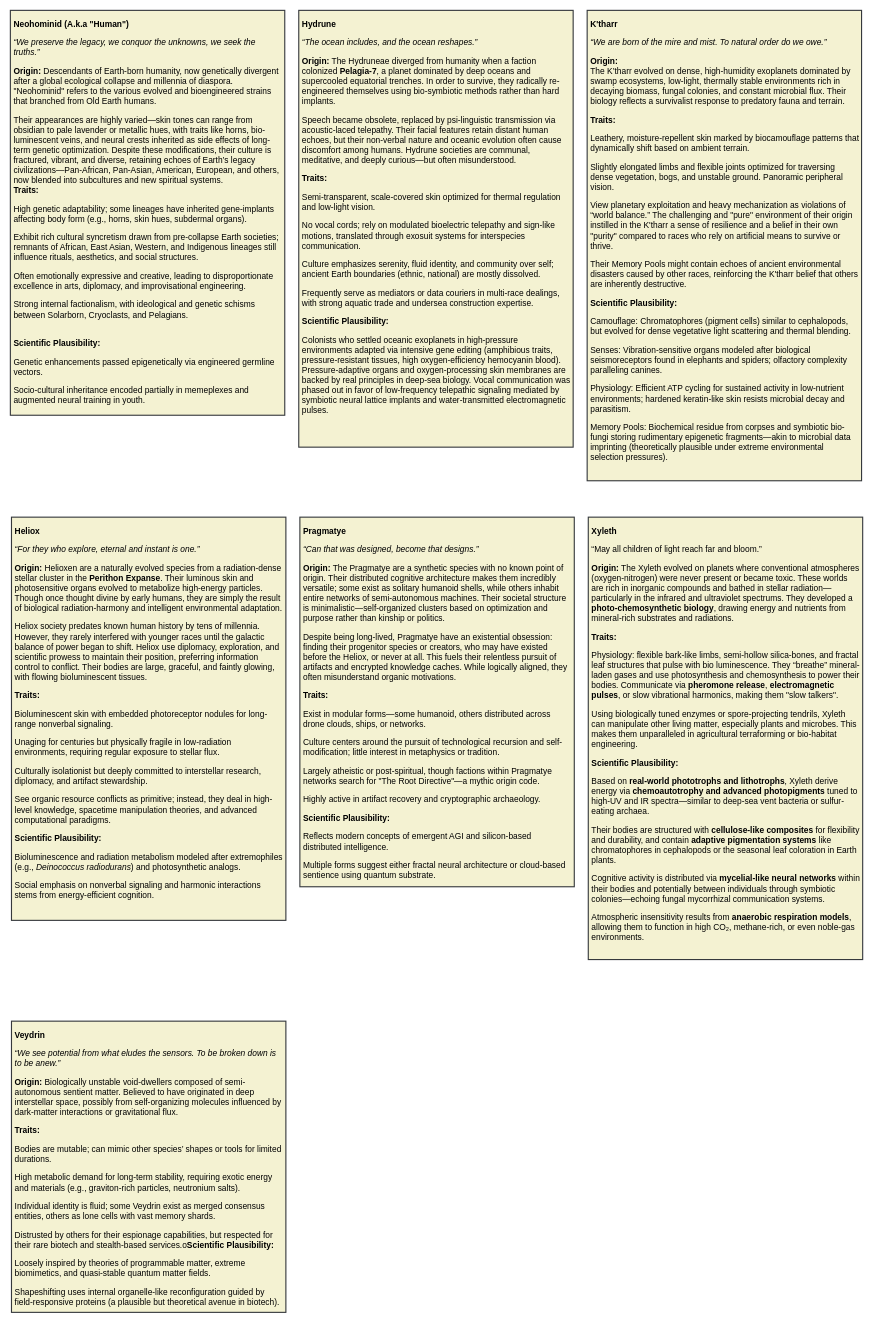
Above: page "Races" (2 of 4) of designs/narrative texts.drawio in eerieA/game-nexarion (draw.io), before the change. Source tidied: cells renumbered, new cells numbered last; positions are measured from the earlier drawing's top-left corner, leaving out a move shared by most shapes. Both pictures are drawn from the tidied source at 56%, with x=0, y=0 at pixel (10, 10).
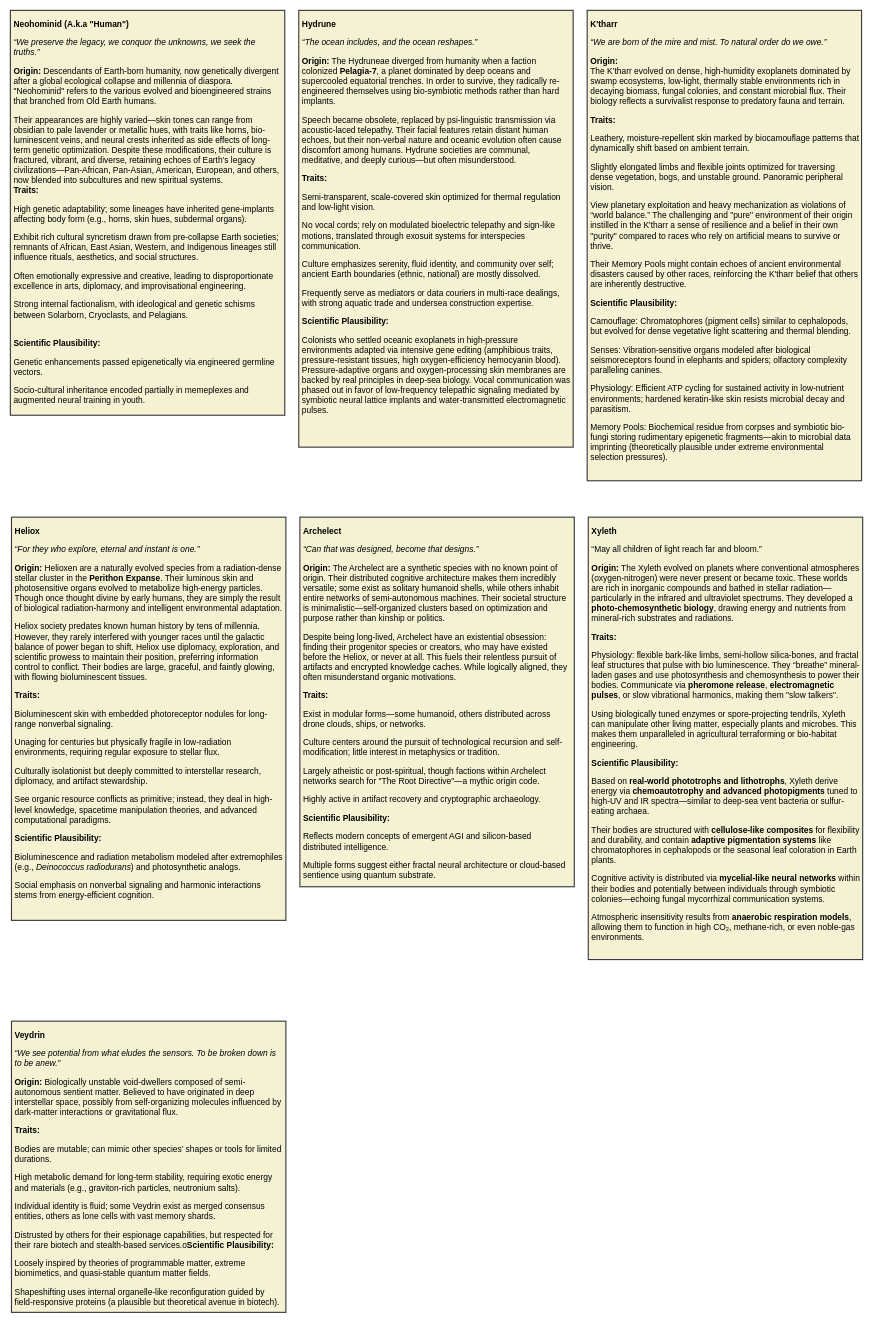
The same diagram, later.

Diff of the diagram source:
```diff
@@
 <mxGraphModel>
   <root>
     <mxCell id="0" />
     <mxCell id="1" parent="0" />
     <mxCell id="2" value="&lt;p&gt;&lt;strong&gt;Neohominid (A.k.a &quot;Human&quot;)&lt;/strong&gt;&lt;/p&gt;&lt;p&gt;&lt;em&gt;“We preserve the legacy, we conquor the unknowns, we seek the truths.”&lt;/em&gt;&lt;/p&gt;&lt;p&gt;&lt;strong&gt;Origin:&lt;/strong&gt; Descendants of Earth-born humanity, now genetically divergent after a global ecological collapse and millennia of diaspora. &quot;Neohominid&quot; refers to the various evolved and bioengineered strains that branched from Old Earth humans.&lt;/p&gt;&lt;p&gt;Their appearances are highly varied—skin tones can range from obsidian to pale lavender or metallic hues, with traits like horns, bio-luminescent veins, and neural crests inherited as side effects of long-term genetic optimization. Despite these modifications, their culture is fractured, vibrant, and diverse, retaining echoes of Earth’s legacy civilizations—Pan-African, Pan-Asian, American, European, and others, now blended into subcultures and new spiritual systems.&lt;br class=&quot;soft-break&quot;&gt;&lt;strong&gt;Traits:&lt;/strong&gt;&lt;/p&gt;&lt;p&gt;High genetic adaptability; some lineages have inherited gene-implants affecting body form (e.g., horns, skin hues, subdermal organs).&lt;/p&gt;&lt;p&gt;Exhibit rich cultural syncretism drawn from pre-collapse Earth societies; remnants of African, East Asian, Western, and Indigenous lineages still influence rituals, aesthetics, and social structures.&lt;/p&gt;&lt;p&gt;Often emotionally expressive and creative, leading to disproportionate excellence in arts, diplomacy, and improvisational engineering.&lt;/p&gt;&lt;p&gt;Strong internal factionalism, with ideological and genetic schisms between Solarborn, Cryoclasts, and Pelagians.&lt;/p&gt;&lt;p&gt;&lt;br class=&quot;soft-break&quot;&gt;&lt;strong&gt;Scientific Plausibility:&lt;/strong&gt;&lt;/p&gt;&lt;p&gt;Genetic enhancements passed epigenetically via engineered germline vectors.&lt;/p&gt;&lt;p&gt;Socio-cultural inheritance encoded partially in memeplexes and augmented neural training in youth.&lt;/p&gt;" style="rounded=0;whiteSpace=wrap;html=1;fillColor=#F4F2D2;strokeColor=#36393d;align=left;fontSize=15;verticalAlign=top;labelBackgroundColor=none;spacing=6;spacingTop=-10;strokeWidth=2;" parent="1" vertex="1">
       <mxGeometry width="490" height="723" as="geometry" />
     </mxCell>
     <mxCell id="3" value="&lt;p&gt;&lt;strong&gt;Hydrune&lt;/strong&gt;&lt;/p&gt;&lt;p&gt;&lt;em&gt;“The ocean includes, and the ocean reshapes.”&lt;/em&gt;&lt;/p&gt;&lt;p&gt;&lt;strong&gt;Origin:&lt;/strong&gt; The Hydruneae diverged from humanity when a faction colonized &lt;strong&gt;Pelagia-7&lt;/strong&gt;, a planet dominated by deep oceans and supercooled equatorial trenches. In order to survive, they radically re-engineered themselves using bio-symbiotic methods rather than hard implants.&lt;/p&gt;&lt;p&gt;Speech became obsolete, replaced by psi-linguistic transmission via acoustic-laced telepathy. Their facial features retain distant human echoes, but their non-verbal nature and oceanic evolution often cause discomfort among humans. Hydrune societies are communal, meditative, and deeply curious—but often misunderstood.&lt;/p&gt;&lt;p&gt;&lt;strong&gt;Traits:&lt;/strong&gt;&lt;/p&gt;&lt;p&gt;Semi-transparent, scale-covered skin optimized for thermal regulation and low-light vision.&lt;/p&gt;&lt;p&gt;No vocal cords; rely on modulated bioelectric telepathy and sign-like motions, translated through exosuit systems for interspecies communication.&lt;/p&gt;&lt;p&gt;Culture emphasizes serenity, fluid identity, and community over self; ancient Earth boundaries (ethnic, national) are mostly dissolved.&lt;/p&gt;&lt;p&gt;Frequently serve as mediators or data couriers in multi-race dealings, with strong aquatic trade and undersea construction expertise.&lt;/p&gt;&lt;p&gt;&lt;strong&gt;Scientific Plausibility:&lt;/strong&gt;&lt;/p&gt;&lt;p&gt;Colonists who settled oceanic exoplanets in high-pressure environments adapted via intensive gene editing (amphibious traits, pressure-resistant tissues, high oxygen-efficiency hemocyanin blood). Pressure-adaptive organs and oxygen-processing skin membranes are backed by real principles in deep-sea biology. Vocal communication was phased out in favor of low-frequency telepathic signaling mediated by symbiotic neural lattice implants and water-transmitted electromagnetic pulses.&lt;/p&gt;" style="rounded=0;whiteSpace=wrap;html=1;fillColor=#F4F2D2;strokeColor=#36393d;align=left;fontSize=15;verticalAlign=top;labelBackgroundColor=none;spacing=6;spacingTop=-10;strokeWidth=2;fontFamily=Helvetica;fontColor=default;" parent="1" vertex="1">
       <mxGeometry x="515" width="490" height="780" as="geometry" />
     </mxCell>
     <mxCell id="4" value="&lt;p&gt;&lt;strong&gt;K'tharr&lt;/strong&gt;&lt;/p&gt;&lt;p&gt;&lt;em&gt;“We are born of the mire and mist. To natural order do we owe.”&lt;/em&gt;&lt;/p&gt;&lt;p&gt;&lt;strong&gt;Origin:&lt;/strong&gt;&lt;br class=&quot;soft-break&quot;&gt;The K’tharr evolved on dense, high-humidity exoplanets dominated by swamp ecosystems, low-light, thermally stable environments rich in decaying biomass, fungal colonies, and constant microbial flux. Their biology reflects a survivalist response to predatory fauna and terrain.&lt;/p&gt;&lt;p&gt;&lt;strong&gt;Traits:&lt;/strong&gt;&lt;/p&gt;&lt;p&gt;Leathery, moisture-repellent skin marked by biocamouflage patterns that dynamically shift based on ambient terrain.&lt;/p&gt;&lt;p&gt;Slightly elongated limbs and flexible joints optimized for traversing dense vegetation, bogs, and unstable ground. Panoramic peripheral vision.&lt;/p&gt;&lt;p&gt;View planetary exploitation and heavy mechanization as violations of “world balance.” The challenging and &quot;pure&quot; environment of their origin instilled in the K'tharr a sense of resilience and a belief in their own &quot;purity&quot; compared to races who rely on artificial means to survive or thrive.&lt;/p&gt;&lt;p&gt;Their Memory Pools might contain echoes of ancient environmental disasters caused by other races, reinforcing the K'tharr belief that others are inherently destructive.&lt;/p&gt;&lt;p&gt;&lt;strong&gt;Scientific Plausibility:&lt;/strong&gt;&lt;/p&gt;&lt;p&gt;Camouflage: Chromatophores (pigment cells) similar to cephalopods, but evolved for dense vegetative light scattering and thermal blending.&lt;/p&gt;&lt;p&gt;Senses: Vibration-sensitive organs modeled after biological seismoreceptors found in elephants and spiders; olfactory complexity paralleling canines.&lt;/p&gt;&lt;p&gt;Physiology: Efficient ATP cycling for sustained activity in low-nutrient environments; hardened keratin-like skin resists microbial decay and parasitism.&lt;/p&gt;&lt;p&gt;&lt;/p&gt;&lt;p&gt;&lt;/p&gt;&lt;p&gt;&lt;/p&gt;&lt;p&gt;&lt;/p&gt;&lt;p&gt;Memory Pools: Biochemical residue from corpses and symbiotic bio-fungi storing rudimentary epigenetic fragments—akin to microbial data imprinting (theoretically plausible under extreme environmental selection pressures).&lt;/p&gt;" style="rounded=0;whiteSpace=wrap;html=1;fillColor=#F4F2D2;strokeColor=#36393d;align=left;fontSize=15;verticalAlign=top;labelBackgroundColor=none;spacing=6;spacingTop=-10;strokeWidth=2;fontFamily=Helvetica;fontColor=default;" parent="1" vertex="1">
       <mxGeometry x="1030" width="490" height="840" as="geometry" />
     </mxCell>
     <mxCell id="5" value="&lt;p&gt;&lt;strong&gt;Heliox&lt;/strong&gt;&lt;/p&gt;&lt;p&gt;&lt;em&gt;“&lt;/em&gt;&lt;em style=&quot;background-color: transparent; color: light-dark(rgb(0, 0, 0), rgb(255, 255, 255));&quot;&gt;For they who explore,&amp;nbsp;&lt;/em&gt;&lt;em style=&quot;background-color: transparent; color: light-dark(rgb(0, 0, 0), rgb(255, 255, 255));&quot;&gt;eternal and instant is one.”&lt;/em&gt;&lt;/p&gt;&lt;p&gt;&lt;strong&gt;Origin:&lt;/strong&gt; Helioxen are a naturally evolved species from a radiation-dense stellar cluster in the &lt;strong&gt;Perithon Expanse&lt;/strong&gt;. Their luminous skin and photosensitive organs evolved to metabolize high-energy particles. Though once thought divine by early humans, they are simply the result of biological radiation-harmony and intelligent environmental adaptation.&lt;/p&gt;&lt;p&gt;Heliox society predates known human history by tens of millennia. However, they rarely interfered with younger races until the galactic balance of power began to shift. Heliox use diplomacy, exploration, and scientific prowess to maintain their position, preferring information control to conflict. Their bodies are large, graceful, and faintly glowing, with flowing bioluminescent tissues.&lt;/p&gt;&lt;p&gt;&lt;strong&gt;Traits:&lt;/strong&gt;&lt;/p&gt;&lt;p&gt;Bioluminescent skin with embedded photoreceptor nodules for long-range nonverbal signaling.&lt;/p&gt;&lt;p&gt;Unaging for centuries but physically fragile in low-radiation environments, requiring regular exposure to stellar flux.&lt;/p&gt;&lt;p&gt;Culturally isolationist but deeply committed to interstellar research, diplomacy, and artifact stewardship.&lt;/p&gt;&lt;p&gt;See organic resource conflicts as primitive; instead, they deal in high-level knowledge, spacetime manipulation theories, and advanced computational paradigms.&lt;/p&gt;&lt;p&gt;&lt;strong&gt;Scientific Plausibility:&lt;/strong&gt;&lt;/p&gt;&lt;p&gt;Bioluminescence and radiation metabolism modeled after extremophiles (e.g., &lt;em&gt;Deinococcus radiodurans&lt;/em&gt;) and photosynthetic analogs.&lt;/p&gt;&lt;p&gt;Social emphasis on nonverbal signaling and harmonic interactions stems from energy-efficient cognition.&lt;/p&gt;" style="rounded=0;whiteSpace=wrap;html=1;fillColor=#F4F2D2;strokeColor=#36393d;align=left;fontSize=15;verticalAlign=top;labelBackgroundColor=none;spacing=6;spacingTop=-10;strokeWidth=2;fontFamily=Helvetica;fontColor=default;" parent="1" vertex="1">
       <mxGeometry x="2" y="905" width="490" height="720" as="geometry" />
     </mxCell>
-    <mxCell id="6" value="&lt;p&gt;&lt;strong&gt;Pragmatye&lt;/strong&gt;&lt;/p&gt;&lt;p&gt;&lt;em&gt;“Can that was designed, become that designs.”&lt;/em&gt;&lt;/p&gt;&lt;p&gt;&lt;strong&gt;Origin:&lt;/strong&gt; The Pragmatye are a synthetic species with no known point of origin. Their distributed cognitive architecture makes them incredibly versatile; some exist as solitary humanoid shells, while others inhabit entire networks of semi-autonomous machines. Their societal structure is minimalistic—self-organized clusters based on optimization and purpose rather than kinship or politics.&lt;/p&gt;&lt;p&gt;Despite being long-lived, Pragmatye have an existential obsession: finding their progenitor species or creators, who may have existed before the Heliox, or never at all. This fuels their relentless pursuit of artifacts and encrypted knowledge caches. While logically aligned, they often misunderstand organic motivations.&lt;/p&gt;&lt;p&gt;&lt;strong&gt;Traits:&lt;/strong&gt;&lt;/p&gt;&lt;p&gt;Exist in modular forms—some humanoid, others distributed across drone clouds, ships, or networks.&lt;/p&gt;&lt;p&gt;Culture centers around the pursuit of technological recursion and self-modification; little interest in metaphysics or tradition.&lt;/p&gt;&lt;p&gt;Largely atheistic or post-spiritual, though factions within Pragmatye networks search for &quot;The Root Directive&quot;—a mythic origin code.&lt;/p&gt;&lt;p&gt;Highly active in artifact recovery and cryptographic archaeology.&lt;/p&gt;&lt;p&gt;&lt;strong&gt;Scientific Plausibility:&lt;/strong&gt;&lt;/p&gt;&lt;p&gt;Reflects modern concepts of emergent AGI and silicon-based distributed intelligence.&lt;/p&gt;&lt;p&gt;Multiple forms suggest either fractal neural architecture or cloud-based sentience using quantum substrate.&lt;/p&gt;" style="rounded=0;whiteSpace=wrap;html=1;fillColor=#F4F2D2;strokeColor=#36393d;align=left;fontSize=15;verticalAlign=top;labelBackgroundColor=none;spacing=6;spacingTop=-10;strokeWidth=2;fontFamily=Helvetica;fontColor=default;" parent="1" vertex="1">
+    <mxCell id="6" value="&lt;p&gt;&lt;strong&gt;Archelect&lt;/strong&gt;&lt;/p&gt;&lt;p&gt;&lt;em&gt;“Can that was designed, become that designs.”&lt;/em&gt;&lt;/p&gt;&lt;p&gt;&lt;strong&gt;Origin:&lt;/strong&gt; The Archelect are a synthetic species with no known point of origin. Their distributed cognitive architecture makes them incredibly versatile; some exist as solitary humanoid shells, while others inhabit entire networks of semi-autonomous machines. Their societal structure is minimalistic—self-organized clusters based on optimization and purpose rather than kinship or politics.&lt;/p&gt;&lt;p&gt;Despite being long-lived, Archelect have an existential obsession: finding their progenitor species or creators, who may have existed before the Heliox, or never at all. This fuels their relentless pursuit of artifacts and encrypted knowledge caches. While logically aligned, they often misunderstand organic motivations.&lt;/p&gt;&lt;p&gt;&lt;strong&gt;Traits:&lt;/strong&gt;&lt;/p&gt;&lt;p&gt;Exist in modular forms—some humanoid, others distributed across drone clouds, ships, or networks.&lt;/p&gt;&lt;p&gt;Culture centers around the pursuit of technological recursion and self-modification; little interest in metaphysics or tradition.&lt;/p&gt;&lt;p&gt;Largely atheistic or post-spiritual, though factions within Archelect networks search for &quot;The Root Directive&quot;—a mythic origin code.&lt;/p&gt;&lt;p&gt;Highly active in artifact recovery and cryptographic archaeology.&lt;/p&gt;&lt;p&gt;&lt;strong&gt;Scientific Plausibility:&lt;/strong&gt;&lt;/p&gt;&lt;p&gt;Reflects modern concepts of emergent AGI and silicon-based distributed intelligence.&lt;/p&gt;&lt;p&gt;Multiple forms suggest either fractal neural architecture or cloud-based sentience using quantum substrate.&lt;/p&gt;" style="rounded=0;whiteSpace=wrap;html=1;fillColor=#F4F2D2;strokeColor=#36393d;align=left;fontSize=15;verticalAlign=top;labelBackgroundColor=none;spacing=6;spacingTop=-10;strokeWidth=2;fontFamily=Helvetica;fontColor=default;" parent="1" vertex="1">
       <mxGeometry x="517" y="905" width="490" height="660" as="geometry" />
     </mxCell>
     <mxCell id="7" value="&lt;p&gt;&lt;strong&gt;Xyleth&lt;/strong&gt;&lt;/p&gt;&lt;p&gt;“May all children of light reach far and bloom.”&lt;/p&gt;&lt;p&gt;&lt;strong&gt;Origin:&lt;/strong&gt; The Xyleth evolved on planets where conventional atmospheres (oxygen-nitrogen) were never present or became toxic. These worlds are rich in inorganic compounds and bathed in stellar radiation—particularly in the infrared and ultraviolet spectrums. They developed a &lt;strong&gt;photo-chemosynthetic biology&lt;/strong&gt;, drawing energy and nutrients from mineral-rich substrates and radiations.&lt;/p&gt;&lt;p&gt;&lt;strong&gt;Traits:&lt;/strong&gt;&lt;/p&gt;&lt;p&gt;Physiology: flexible bark-like limbs, semi-hollow silica-bones, and fractal leaf structures that pulse with bio luminescence. They “breathe” mineral-laden gases and use photosynthesis and chemosynthesis to power their bodies. Communicate via &lt;strong&gt;pheromone release&lt;/strong&gt;, &lt;strong&gt;electromagnetic pulses&lt;/strong&gt;, or slow vibrational harmonics, making them &quot;slow talkers&quot;.&lt;/p&gt;&lt;p&gt;Using biologically tuned enzymes or spore-projecting tendrils, Xyleth can manipulate other living matter, especially plants and microbes. This makes them unparalleled in agricultural terraforming or bio-habitat engineering.&lt;/p&gt;&lt;p&gt;&lt;strong&gt;Scientific Plausibility:&lt;/strong&gt;&lt;/p&gt;&lt;p&gt;Based on &lt;strong&gt;real-world phototrophs and lithotrophs&lt;/strong&gt;, Xyleth derive energy via &lt;strong&gt;chemoautotrophy and advanced photopigments&lt;/strong&gt; tuned to high-UV and IR spectra—similar to deep-sea vent bacteria or sulfur-eating archaea.&lt;/p&gt;&lt;p&gt;Their bodies are structured with &lt;strong&gt;cellulose-like composites&lt;/strong&gt; for flexibility and durability, and contain &lt;strong&gt;adaptive pigmentation systems&lt;/strong&gt; like chromatophores in cephalopods or the seasonal leaf coloration in Earth plants.&lt;/p&gt;&lt;p&gt;Cognitive activity is distributed via &lt;strong&gt;mycelial-like neural networks&lt;/strong&gt; within their bodies and potentially between individuals through symbiotic colonies—echoing fungal mycorrhizal communication systems.&lt;/p&gt;&lt;p&gt;Atmospheric insensitivity results from &lt;strong&gt;anaerobic respiration models&lt;/strong&gt;, allowing them to function in high CO₂, methane-rich, or even noble-gas environments.&lt;/p&gt;" style="rounded=0;whiteSpace=wrap;html=1;fillColor=#F4F2D2;strokeColor=#36393d;align=left;fontSize=15;verticalAlign=top;labelBackgroundColor=none;spacing=6;spacingTop=-10;strokeWidth=2;fontFamily=Helvetica;fontColor=default;" parent="1" vertex="1">
       <mxGeometry x="1032" y="905" width="490" height="790" as="geometry" />
     </mxCell>
     <mxCell id="8" value="&lt;p&gt;&lt;strong&gt;Veydrin&lt;/strong&gt;&lt;/p&gt;&lt;p&gt;&lt;em&gt;“We see potential from what eludes the sensors. To be broken down is to be anew.”&lt;/em&gt;&lt;/p&gt;&lt;p&gt;&lt;strong&gt;Origin:&lt;/strong&gt; Biologically unstable void-dwellers composed of semi-autonomous sentient matter. Believed to have originated in deep interstellar space, possibly from self-organizing molecules influenced by dark-matter interactions or gravitational flux.&lt;/p&gt;&lt;p&gt;&lt;strong&gt;Traits:&lt;/strong&gt;&lt;/p&gt;&lt;p&gt;Bodies are mutable; can mimic other species’ shapes or tools for limited durations.&lt;/p&gt;&lt;p&gt;High metabolic demand for long-term stability, requiring exotic energy and materials (e.g., graviton-rich particles, neutronium salts).&lt;/p&gt;&lt;p&gt;Individual identity is fluid; some Veydrin exist as merged consensus entities, others as lone cells with vast memory shards.&lt;/p&gt;&lt;p&gt;Distrusted by others for their espionage capabilities, but respected for their rare biotech and stealth-based services.o&lt;strong&gt;Scientific Plausibility:&lt;/strong&gt;&lt;/p&gt;&lt;p&gt;Loosely inspired by theories of programmable matter, extreme biomimetics, and quasi-stable quantum matter fields.&lt;/p&gt;&lt;p&gt;Shapeshifting uses internal organelle-like reconfiguration guided by field-responsive proteins (a plausible but theoretical avenue in biotech).&lt;/p&gt;" style="rounded=0;whiteSpace=wrap;html=1;fillColor=#F4F2D2;strokeColor=#36393d;align=left;fontSize=15;verticalAlign=top;labelBackgroundColor=none;spacing=6;spacingTop=-10;strokeWidth=2;fontFamily=Helvetica;fontColor=default;" parent="1" vertex="1">
       <mxGeometry x="2" y="1805" width="490" height="520" as="geometry" />
     </mxCell>
   </root>
 </mxGraphModel>
```
